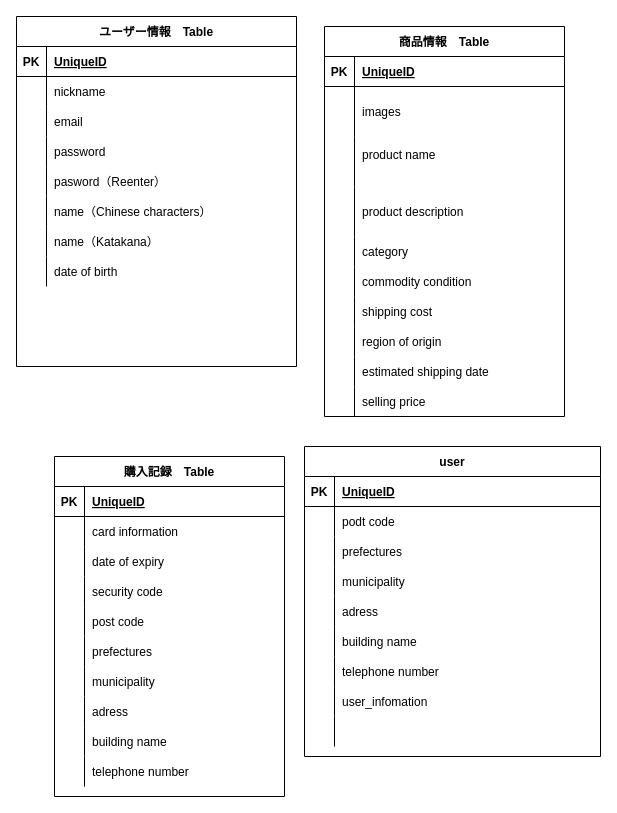
This is app/views/furima.dio from mwyaa7/furima-39056, a draw.io file, before an edit. Source tidied: cells renumbered, new cells numbered last; positions are measured from the earlier drawing's top-left corner, leaving out a move shared by most shapes. Both pictures are drawn from the tidied source at 100%, with x=0, y=0 at pixel (16, 16).
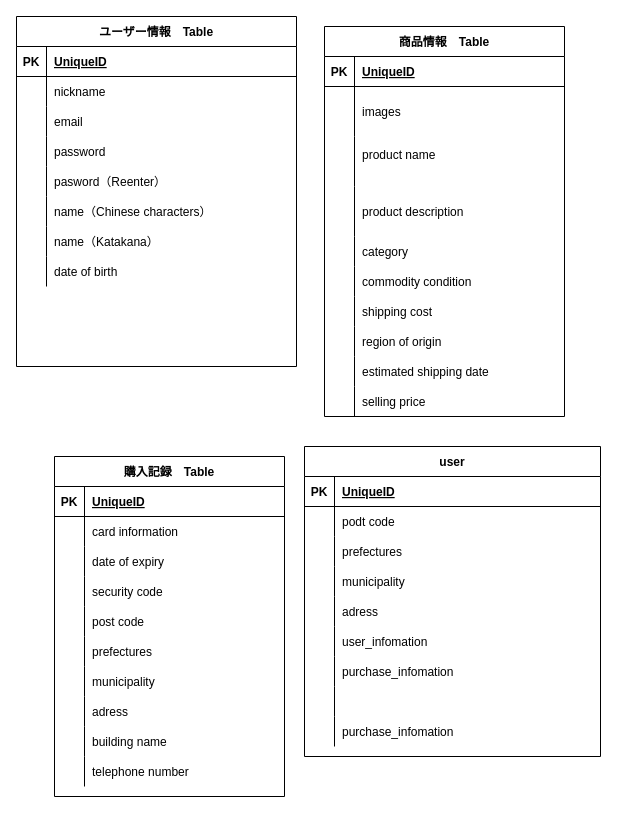
The same diagram, later.

The change refers to these unchanged cells:
```xml
<mxCell id="105" style="shape=tableRow;horizontal=0;startSize=0;swimlaneHead=0;swimlaneBody=0;fillColor=none;top=0;left=0;right=0;bottom=0;" parent="89" vertex="1">
  <mxGeometry y="180" width="296" height="30" as="geometry" />
</mxCell>
<mxCell id="108" style="shape=tableRow;horizontal=0;startSize=0;swimlaneHead=0;swimlaneBody=0;fillColor=none;top=0;left=0;right=0;bottom=0;" parent="89" vertex="1">
  <mxGeometry y="210" width="296" height="30" as="geometry" />
</mxCell>
<mxCell id="111" style="shape=tableRow;horizontal=0;startSize=0;swimlaneHead=0;swimlaneBody=0;fillColor=none;top=0;left=0;right=0;bottom=0;" parent="89" vertex="1">
  <mxGeometry y="240" width="296" height="30" as="geometry" />
</mxCell>
<mxCell id="114" style="shape=tableRow;horizontal=0;startSize=0;swimlaneHead=0;swimlaneBody=0;fillColor=none;top=0;left=0;right=0;bottom=0;" parent="89" vertex="1">
  <mxGeometry y="270" width="296" height="30" as="geometry" />
</mxCell>
```

Change to the diagram source:
```diff
@@
-    <mxCell id="107" value="building name" style="shape=partialRectangle;fillColor=none;top=0;left=0;bottom=0;right=0;align=left;spacingLeft=6;overflow=hidden;" parent="105" vertex="1">
+    <mxCell id="107" value="user_infomation" style="shape=partialRectangle;fillColor=none;top=0;left=0;bottom=0;right=0;align=left;spacingLeft=6;overflow=hidden;" parent="105" vertex="1">
       <mxGeometry x="30" width="266" height="30" as="geometry" />
     </mxCell>
@@
-    <mxCell id="110" value="telephone number" style="shape=partialRectangle;fillColor=none;top=0;left=0;bottom=0;right=0;align=left;spacingLeft=6;overflow=hidden;" parent="108" vertex="1">
+    <mxCell id="110" value="purchase_infomation" style="shape=partialRectangle;fillColor=none;top=0;left=0;bottom=0;right=0;align=left;spacingLeft=6;overflow=hidden;" parent="108" vertex="1">
       <mxGeometry x="30" width="266" height="30" as="geometry" />
     </mxCell>
@@
-    <mxCell id="113" value="user_infomation" style="shape=partialRectangle;fillColor=none;top=0;left=0;bottom=0;right=0;align=left;spacingLeft=6;overflow=hidden;" parent="111" vertex="1">
+    <mxCell id="113" style="shape=partialRectangle;fillColor=none;top=0;left=0;bottom=0;right=0;align=left;spacingLeft=6;overflow=hidden;" parent="111" vertex="1">
       <mxGeometry x="30" width="266" height="30" as="geometry" />
     </mxCell>
@@
-    <mxCell id="116" style="shape=partialRectangle;fillColor=none;top=0;left=0;bottom=0;right=0;align=left;spacingLeft=6;overflow=hidden;" parent="114" vertex="1">
+    <mxCell id="116" value="purchase_infomation" style="shape=partialRectangle;fillColor=none;top=0;left=0;bottom=0;right=0;align=left;spacingLeft=6;overflow=hidden;" parent="114" vertex="1">
       <mxGeometry x="30" width="266" height="30" as="geometry" />
     </mxCell>
```
